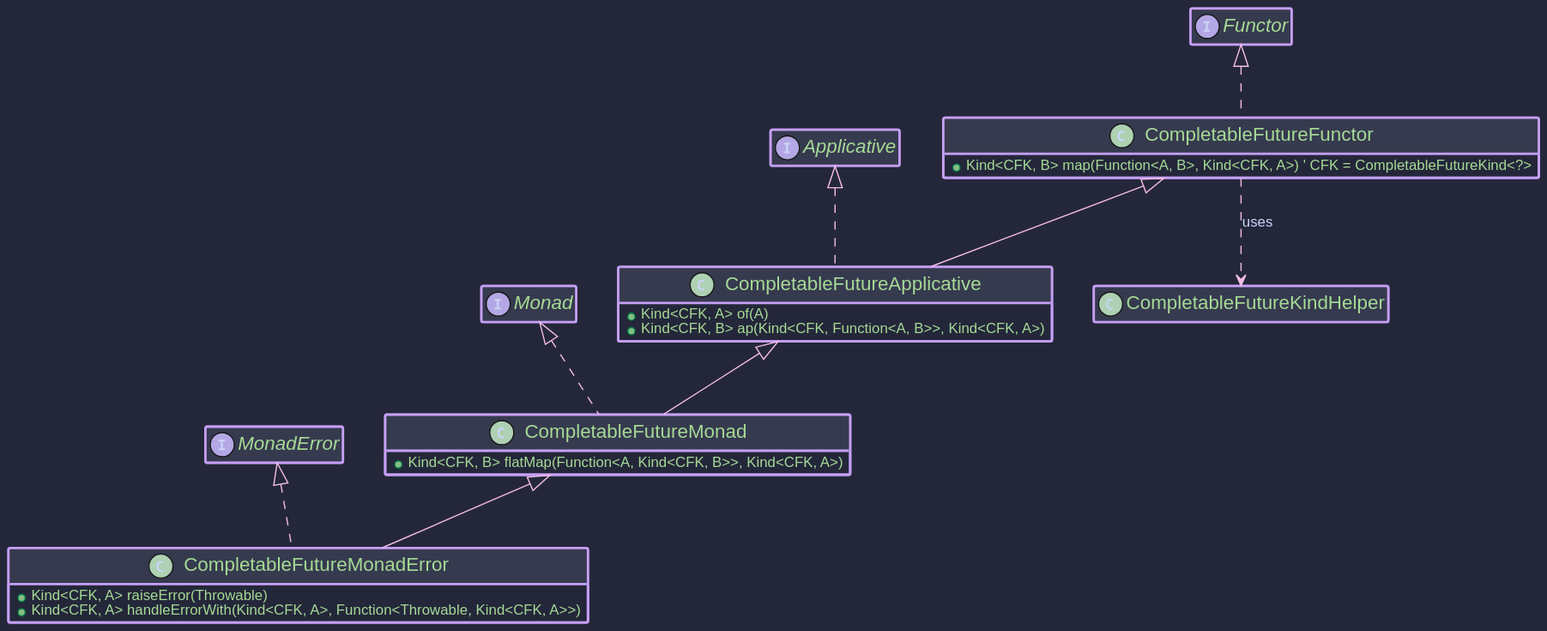
The PlantUML diagram hkj-book/src/images/puml/cf_monad.svg in higher-kinded-j/higher-kinded-j, before a commit.
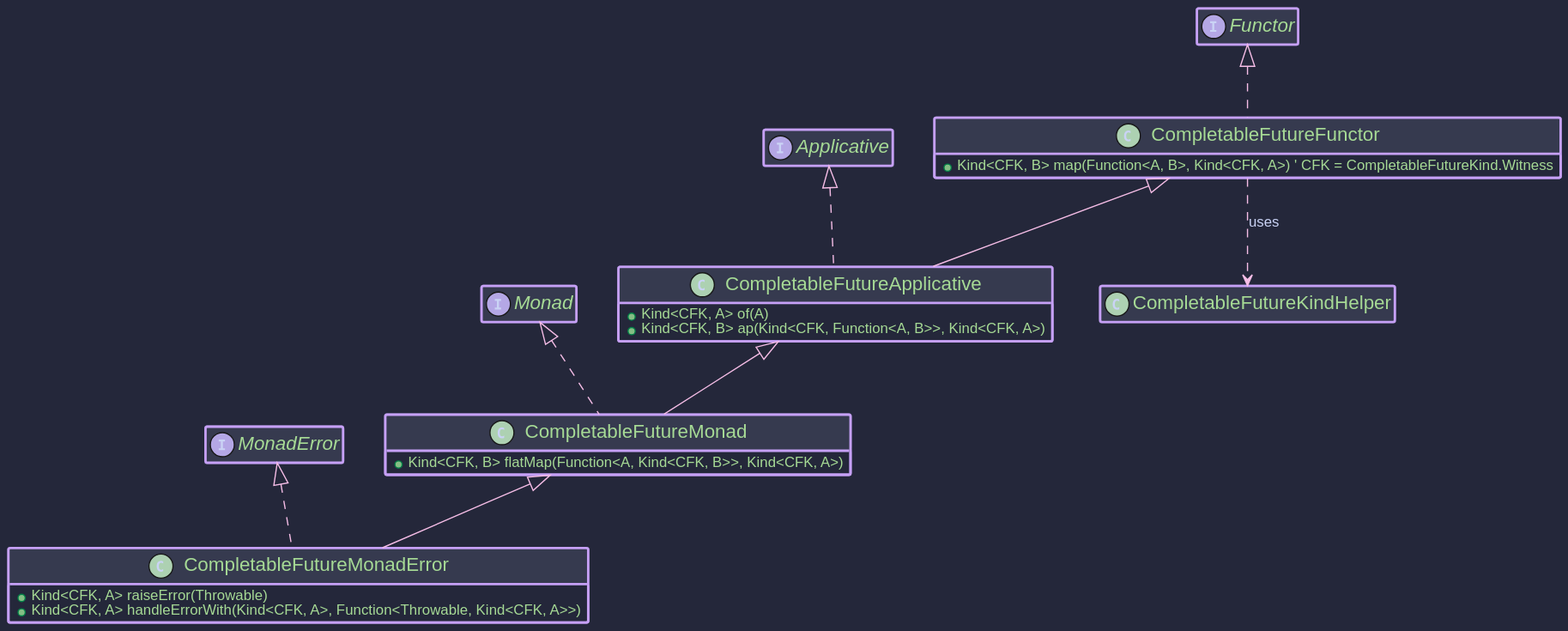
The same diagram one commit later.

Diff of the diagram source:
```diff
@@ -4,8 +4,8 @@
 
 class CompletableFutureKindHelper {}
 
-class CompletableFutureFunctor implements Functor<CompletableFutureKind<?>> {
- + Kind<CFK, B> map(Function<A, B>, Kind<CFK, A>) ' CFK = CompletableFutureKind<?>
+class CompletableFutureFunctor implements Functor<CompletableFutureKind.Witness> {
+ + Kind<CFK, B> map(Function<A, B>, Kind<CFK, A>) ' CFK = CompletableFutureKind.Witness
 }
 CompletableFutureFunctor ..> CompletableFutureKindHelper : uses
 
@@ -14,7 +14,7 @@
   + Kind<CFK, B> ap(Kind<CFK, Function<A, B>>, Kind<CFK, A>)
 }
 
-class CompletableFutureMonad extends CompletableFutureApplicative implements Monad<CompletableFutureKind<?>> {
+class CompletableFutureMonad extends CompletableFutureApplicative implements Monad<CompletableFutureKind.Witness> {
  + Kind<CFK, B> flatMap(Function<A, Kind<CFK, B>>, Kind<CFK, A>)
 }
 
```
